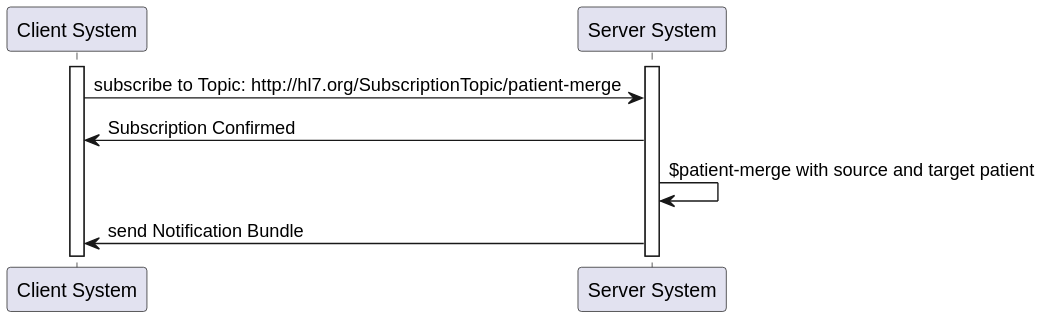
Earlier version of the PlantUML export Material/images/diagrams/Sequence-Diagram-Patient-Merge-Notification.svg (gematik/spec-ISiK-Basismodul). Its diagram source:
```plantuml
@startuml

participant "Client System" as ClientSystem
participant "Server System" as ServerSystem

activate ClientSystem
activate ServerSystem
ClientSystem -> ServerSystem: subscribe to Topic: http://hl7.org/SubscriptionTopic/patient-merge

ServerSystem -> ClientSystem: Subscription Confirmed


ServerSystem -> ServerSystem: $patient-merge with source and target patient
ServerSystem -> ClientSystem: send Notification Bundle

@enduml
```
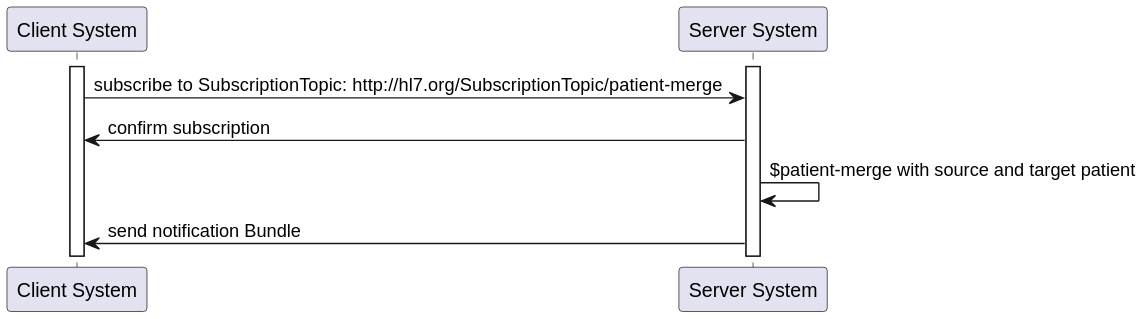
The same file after the commit.

The edit, as a diff of the source:
```diff
@@ -5,12 +5,12 @@
 
 activate ClientSystem
 activate ServerSystem
-ClientSystem -> ServerSystem: subscribe to Topic: http://hl7.org/SubscriptionTopic/patient-merge
+ClientSystem -> ServerSystem: subscribe to SubscriptionTopic: http://hl7.org/SubscriptionTopic/patient-merge
 
-ServerSystem -> ClientSystem: Subscription Confirmed
+ServerSystem -> ClientSystem: confirm subscription
 
 
 ServerSystem -> ServerSystem: $patient-merge with source and target patient
-ServerSystem -> ClientSystem: send Notification Bundle
+ServerSystem -> ClientSystem: send notification Bundle
 
 @enduml
```
